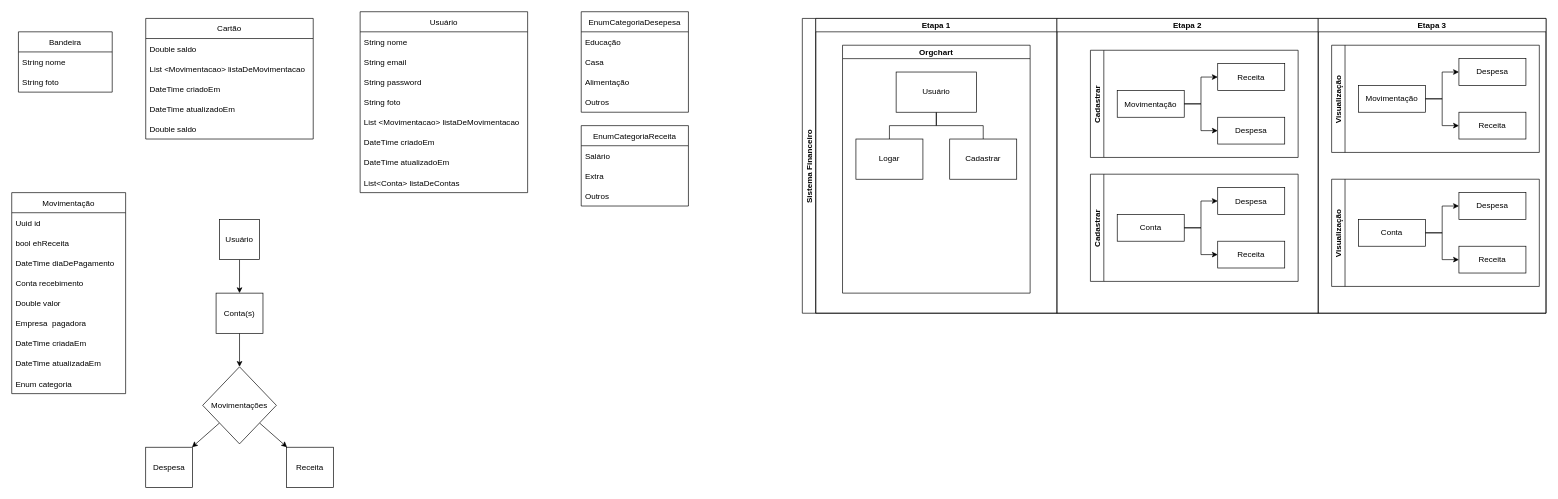
Before: page "Page-1" (2 of 2) of finances/abstractio.drawio in Luanftg/PIT01GP01, a draw.io diagram. Source tidied: cells renumbered, new cells numbered last; positions are measured from the earlier drawing's top-left corner, leaving out a move shared by most shapes. Both pictures are drawn from the tidied source at 67%, with x=0, y=0 at pixel (11, 11).
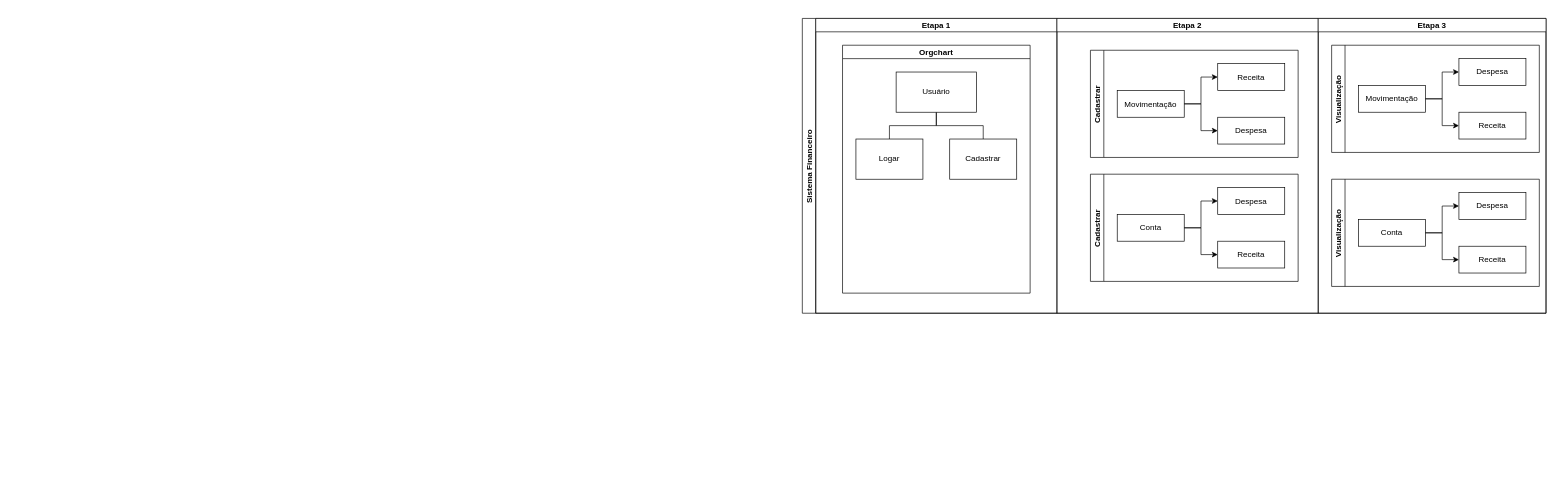
After the change.

What changed in the source:
```diff
@@
-    <mxCell id="2" style="edgeStyle=none;html=1;" parent="1" edge="1" source="3" target="47">
-      <mxGeometry relative="1" as="geometry" />
-    </mxCell>
-    <mxCell id="3" value="Usuário" style="whiteSpace=wrap;html=1;" parent="1" vertex="1">
-      <mxGeometry x="310" y="310" width="60" height="60" as="geometry" />
-    </mxCell>
-    <mxCell id="4" style="edgeStyle=none;html=1;" parent="1" edge="1" source="6" target="7">
-      <mxGeometry relative="1" as="geometry" />
-    </mxCell>
-    <mxCell id="5" style="edgeStyle=none;html=1;" parent="1" edge="1" source="6" target="8">
-      <mxGeometry relative="1" as="geometry" />
-    </mxCell>
-    <mxCell id="6" value="Movimentações" style="rhombus;whiteSpace=wrap;html=1;" parent="1" vertex="1">
-      <mxGeometry x="285" y="530" width="110" height="115" as="geometry" />
-    </mxCell>
-    <mxCell id="7" value="Receita" style="whiteSpace=wrap;html=1;" parent="1" vertex="1">
-      <mxGeometry x="410" y="650" width="70" height="60" as="geometry" />
-    </mxCell>
-    <mxCell id="8" value="Despesa" style="whiteSpace=wrap;html=1;" parent="1" vertex="1">
-      <mxGeometry x="200" y="650" width="70" height="60" as="geometry" />
-    </mxCell>
-    <mxCell id="9" value="Usuário" style="swimlane;fontStyle=0;horizontal=1;startSize=30;" parent="1" vertex="1">
-      <mxGeometry x="520" width="250" height="270" as="geometry" />
-    </mxCell>
-    <mxCell id="10" value="String nome" style="text;strokeColor=none;fillColor=none;align=left;verticalAlign=middle;spacingLeft=4;spacingRight=4;overflow=hidden;" parent="9" vertex="1">
-      <mxGeometry y="30" width="250" height="30" as="geometry" />
-    </mxCell>
-    <mxCell id="11" value="String email" style="text;strokeColor=none;fillColor=none;align=left;verticalAlign=middle;spacingLeft=4;spacingRight=4;overflow=hidden;" parent="9" vertex="1">
-      <mxGeometry y="60" width="250" height="30" as="geometry" />
-    </mxCell>
-    <mxCell id="12" value="String password" style="text;strokeColor=none;fillColor=none;align=left;verticalAlign=middle;spacingLeft=4;spacingRight=4;overflow=hidden;" parent="9" vertex="1">
-      <mxGeometry y="90" width="250" height="30" as="geometry" />
-    </mxCell>
-    <mxCell id="13" value="String foto" style="text;strokeColor=none;fillColor=none;align=left;verticalAlign=middle;spacingLeft=4;spacingRight=4;overflow=hidden;" parent="9" vertex="1">
-      <mxGeometry y="120" width="250" height="30" as="geometry" />
-    </mxCell>
-    <mxCell id="14" value="List &lt;Movimentacao&gt; listaDeMovimentacao" style="text;strokeColor=none;fillColor=none;align=left;verticalAlign=middle;spacingLeft=4;spacingRight=4;overflow=hidden;" parent="9" vertex="1">
-      <mxGeometry y="150" width="250" height="30" as="geometry" />
-    </mxCell>
-    <mxCell id="15" value="DateTime criadoEm" style="text;strokeColor=none;fillColor=none;align=left;verticalAlign=middle;spacingLeft=4;spacingRight=4;overflow=hidden;" parent="9" vertex="1">
-      <mxGeometry y="180" width="250" height="30" as="geometry" />
-    </mxCell>
-    <mxCell id="16" value="DateTime atualizadoEm" style="text;strokeColor=none;fillColor=none;align=left;verticalAlign=middle;spacingLeft=4;spacingRight=4;overflow=hidden;" parent="9" vertex="1">
-      <mxGeometry y="210" width="250" height="30" as="geometry" />
-    </mxCell>
-    <mxCell id="17" value="List&lt;Conta&gt; listaDeContas" style="text;strokeColor=none;fillColor=none;align=left;verticalAlign=middle;spacingLeft=4;spacingRight=4;overflow=hidden;" parent="9" vertex="1">
-      <mxGeometry y="240" width="250" height="30" as="geometry" />
-    </mxCell>
-    <mxCell id="18" value="Movimentação" style="swimlane;fontStyle=0;horizontal=1;startSize=30;" parent="1" vertex="1">
-      <mxGeometry y="270" width="170" height="300" as="geometry" />
-    </mxCell>
-    <mxCell id="19" value="Uuid id" style="text;strokeColor=none;fillColor=none;align=left;verticalAlign=middle;spacingLeft=4;spacingRight=4;overflow=hidden;" parent="18" vertex="1">
-      <mxGeometry y="30" width="170" height="30" as="geometry" />
-    </mxCell>
-    <mxCell id="20" value="bool ehReceita" style="text;strokeColor=none;fillColor=none;align=left;verticalAlign=middle;spacingLeft=4;spacingRight=4;overflow=hidden;" parent="18" vertex="1">
-      <mxGeometry y="60" width="170" height="30" as="geometry" />
-    </mxCell>
-    <mxCell id="21" value="DateTime diaDePagamento" style="text;strokeColor=none;fillColor=none;align=left;verticalAlign=middle;spacingLeft=4;spacingRight=4;overflow=hidden;" parent="18" vertex="1">
-      <mxGeometry y="90" width="170" height="30" as="geometry" />
-    </mxCell>
-    <mxCell id="22" value="Conta recebimento" style="text;strokeColor=none;fillColor=none;align=left;verticalAlign=middle;spacingLeft=4;spacingRight=4;overflow=hidden;" parent="18" vertex="1">
-      <mxGeometry y="120" width="170" height="30" as="geometry" />
-    </mxCell>
-    <mxCell id="23" value="Double valor" style="text;strokeColor=none;fillColor=none;align=left;verticalAlign=middle;spacingLeft=4;spacingRight=4;overflow=hidden;" parent="18" vertex="1">
-      <mxGeometry y="150" width="170" height="30" as="geometry" />
-    </mxCell>
-    <mxCell id="24" value="Empresa  pagadora" style="text;strokeColor=none;fillColor=none;align=left;verticalAlign=middle;spacingLeft=4;spacingRight=4;overflow=hidden;" parent="18" vertex="1">
-      <mxGeometry y="180" width="170" height="30" as="geometry" />
-    </mxCell>
-    <mxCell id="25" value="DateTime criadaEm" style="text;strokeColor=none;fillColor=none;align=left;verticalAlign=middle;spacingLeft=4;spacingRight=4;overflow=hidden;" parent="18" vertex="1">
-      <mxGeometry y="210" width="170" height="30" as="geometry" />
-    </mxCell>
-    <mxCell id="26" value="DateTime atualizadaEm" style="text;strokeColor=none;fillColor=none;align=left;verticalAlign=middle;spacingLeft=4;spacingRight=4;overflow=hidden;" parent="18" vertex="1">
-      <mxGeometry y="240" width="170" height="30" as="geometry" />
-    </mxCell>
-    <mxCell id="27" value="Enum categoria" style="text;strokeColor=none;fillColor=none;align=left;verticalAlign=middle;spacingLeft=4;spacingRight=4;overflow=hidden;" parent="18" vertex="1">
-      <mxGeometry y="270" width="170" height="30" as="geometry" />
-    </mxCell>
-    <mxCell id="28" value="Cartão" style="swimlane;fontStyle=0;horizontal=1;startSize=30;" parent="1" vertex="1">
-      <mxGeometry x="200" y="10" width="250" height="180" as="geometry" />
-    </mxCell>
-    <mxCell id="29" value="Double saldo" style="text;strokeColor=none;fillColor=none;align=left;verticalAlign=middle;spacingLeft=4;spacingRight=4;overflow=hidden;" parent="28" vertex="1">
-      <mxGeometry y="30" width="250" height="30" as="geometry" />
-    </mxCell>
-    <mxCell id="30" value="List &lt;Movimentacao&gt; listaDeMovimentacao" style="text;strokeColor=none;fillColor=none;align=left;verticalAlign=middle;spacingLeft=4;spacingRight=4;overflow=hidden;" parent="28" vertex="1">
-      <mxGeometry y="60" width="250" height="30" as="geometry" />
-    </mxCell>
-    <mxCell id="31" value="DateTime criadoEm" style="text;strokeColor=none;fillColor=none;align=left;verticalAlign=middle;spacingLeft=4;spacingRight=4;overflow=hidden;" parent="28" vertex="1">
-      <mxGeometry y="90" width="250" height="30" as="geometry" />
-    </mxCell>
-    <mxCell id="32" value="DateTime atualizadoEm" style="text;strokeColor=none;fillColor=none;align=left;verticalAlign=middle;spacingLeft=4;spacingRight=4;overflow=hidden;" parent="28" vertex="1">
-      <mxGeometry y="120" width="250" height="30" as="geometry" />
-    </mxCell>
-    <mxCell id="33" value="Double saldo" style="text;strokeColor=none;fillColor=none;align=left;verticalAlign=middle;spacingLeft=4;spacingRight=4;overflow=hidden;" parent="28" vertex="1">
-      <mxGeometry y="150" width="250" height="30" as="geometry" />
-    </mxCell>
-    <mxCell id="34" value="Bandeira" style="swimlane;fontStyle=0;horizontal=1;startSize=30;" parent="1" vertex="1">
-      <mxGeometry x="10" y="30" width="140" height="90" as="geometry" />
-    </mxCell>
-    <mxCell id="35" value="String nome" style="text;strokeColor=none;fillColor=none;align=left;verticalAlign=middle;spacingLeft=4;spacingRight=4;overflow=hidden;" parent="34" vertex="1">
-      <mxGeometry y="30" width="140" height="30" as="geometry" />
-    </mxCell>
-    <mxCell id="36" value="String foto" style="text;strokeColor=none;fillColor=none;align=left;verticalAlign=middle;spacingLeft=4;spacingRight=4;overflow=hidden;" parent="34" vertex="1">
-      <mxGeometry y="60" width="140" height="30" as="geometry" />
-    </mxCell>
-    <mxCell id="37" value="EnumCategoriaDesepesa" style="swimlane;fontStyle=0;horizontal=1;startSize=30;" parent="1" vertex="1">
-      <mxGeometry x="850" width="160" height="150" as="geometry" />
-    </mxCell>
-    <mxCell id="38" value="Educação" style="text;strokeColor=none;fillColor=none;align=left;verticalAlign=middle;spacingLeft=4;spacingRight=4;overflow=hidden;" parent="37" vertex="1">
-      <mxGeometry y="30" width="160" height="30" as="geometry" />
-    </mxCell>
-    <mxCell id="39" value="Casa" style="text;strokeColor=none;fillColor=none;align=left;verticalAlign=middle;spacingLeft=4;spacingRight=4;overflow=hidden;" parent="37" vertex="1">
-      <mxGeometry y="60" width="160" height="30" as="geometry" />
-    </mxCell>
-    <mxCell id="40" value="Alimentação" style="text;strokeColor=none;fillColor=none;align=left;verticalAlign=middle;spacingLeft=4;spacingRight=4;overflow=hidden;" parent="37" vertex="1">
-      <mxGeometry y="90" width="160" height="30" as="geometry" />
-    </mxCell>
-    <mxCell id="41" value="Outros" style="text;strokeColor=none;fillColor=none;align=left;verticalAlign=middle;spacingLeft=4;spacingRight=4;overflow=hidden;" parent="37" vertex="1">
-      <mxGeometry y="120" width="160" height="30" as="geometry" />
-    </mxCell>
-    <mxCell id="42" value="EnumCategoriaReceita" style="swimlane;fontStyle=0;horizontal=1;startSize=30;" parent="1" vertex="1">
-      <mxGeometry x="850" y="170" width="160" height="120" as="geometry" />
-    </mxCell>
-    <mxCell id="43" value="Salário" style="text;strokeColor=none;fillColor=none;align=left;verticalAlign=middle;spacingLeft=4;spacingRight=4;overflow=hidden;" parent="42" vertex="1">
-      <mxGeometry y="30" width="160" height="30" as="geometry" />
-    </mxCell>
-    <mxCell id="44" value="Extra" style="text;strokeColor=none;fillColor=none;align=left;verticalAlign=middle;spacingLeft=4;spacingRight=4;overflow=hidden;" parent="42" vertex="1">
-      <mxGeometry y="60" width="160" height="30" as="geometry" />
-    </mxCell>
-    <mxCell id="45" value="Outros" style="text;strokeColor=none;fillColor=none;align=left;verticalAlign=middle;spacingLeft=4;spacingRight=4;overflow=hidden;" parent="42" vertex="1">
-      <mxGeometry y="90" width="160" height="30" as="geometry" />
-    </mxCell>
-    <mxCell id="46" style="edgeStyle=none;html=1;entryX=0.5;entryY=0;entryDx=0;entryDy=0;" parent="1" edge="1" source="47" target="6">
-      <mxGeometry relative="1" as="geometry" />
-    </mxCell>
-    <mxCell id="47" value="Conta(s)" style="whiteSpace=wrap;html=1;" parent="1" vertex="1">
-      <mxGeometry x="305" y="420" width="70" height="60" as="geometry" />
-    </mxCell>
```
